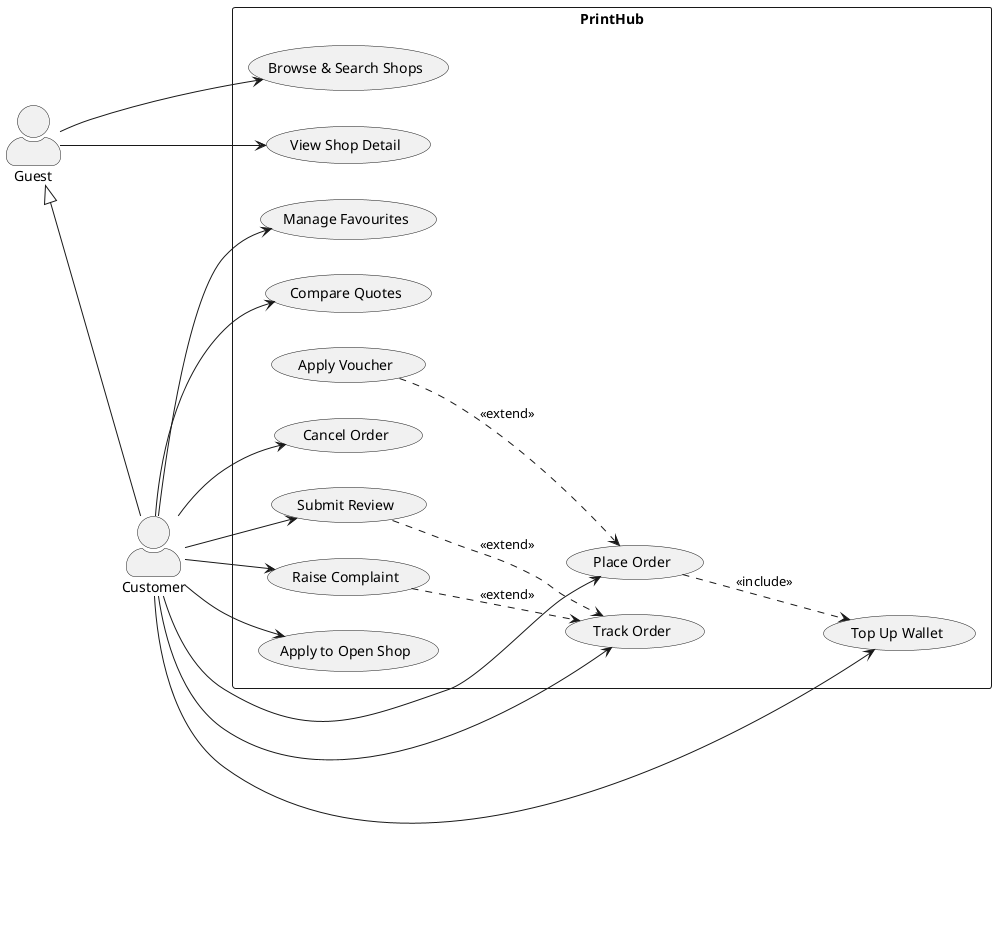
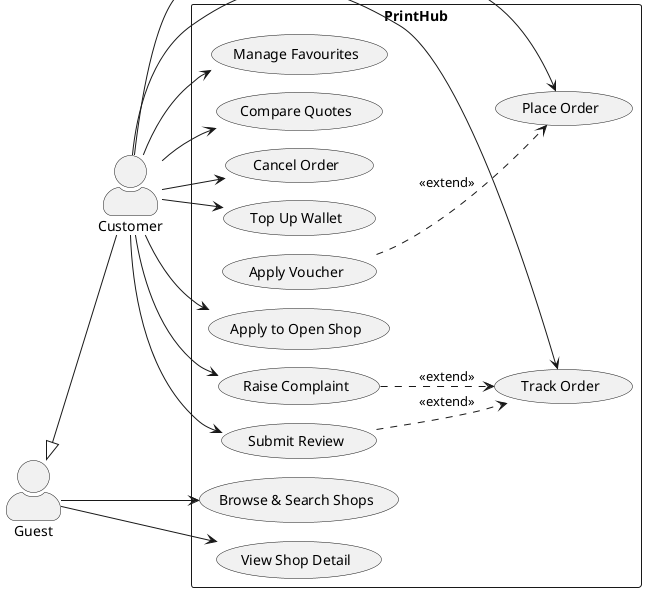
' Use case diagram — Customer (PlantUML).  Render at https://www.plantuml.com/plantuml
' Note the correct notation: include arrow points base -> included; extend arrow points extending -> base.
@startuml
+ !pragma layout smetana
left to right direction
skinparam packageStyle rectangle
skinparam actorStyle awesome

actor Guest as G
actor Customer as C
G <|-- C

rectangle PrintHub {
  usecase "Browse & Search Shops" as UC9
  usecase "View Shop Detail" as UC10
  usecase "Manage Favourites" as UC11
  usecase "Compare Quotes" as UC13
  usecase "Apply Voucher" as UC14
  usecase "Place Order" as UC15
  usecase "Track Order" as UC16
  usecase "Cancel Order" as UC17
  usecase "Top Up Wallet" as UC21
  usecase "Submit Review" as UC23
  usecase "Raise Complaint" as UC24
  usecase "Apply to Open Shop" as UC25
}

G --> UC9
G --> UC10
C --> UC11
C --> UC13
C --> UC15
C --> UC16
C --> UC17
C --> UC21
C --> UC23
C --> UC24
C --> UC25

- UC15 ..> UC21 : <<include>>
UC14 ..> UC15 : <<extend>>
UC23 ..> UC16 : <<extend>>
UC24 ..> UC16 : <<extend>>
@enduml
